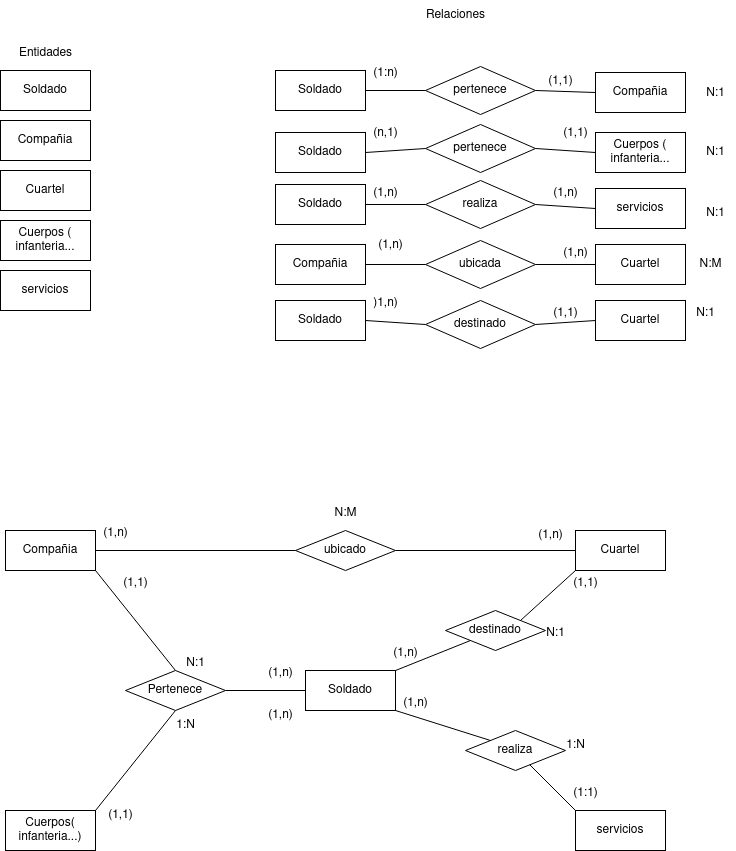
Before: Ejercicios/tarea2/Tarea2_E1.drawio.png, a diagram exported from draw.io (adogonz23/BAE). Source tidied: cells renumbered, new cells last; positions are measured from the earlier drawing's top-left corner, leaving out a move shared by most shapes.
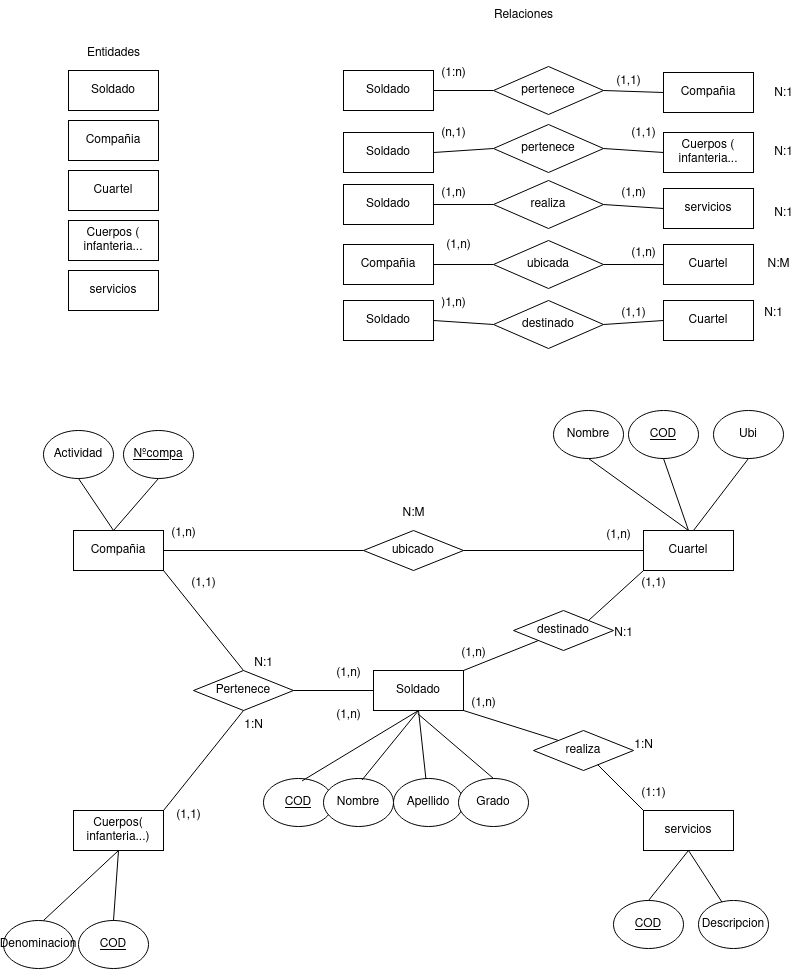
Later version of the same file.

Change to the diagram source:
```diff
@@ -242,5 +242,89 @@
     <mxCell id="81" value="N:1" style="text;html=1;align=center;verticalAlign=middle;strokeColor=none;fillColor=none;" parent="1" vertex="1">
       <mxGeometry x="535" y="618" width="40" height="30" as="geometry" />
     </mxCell>
+    <mxCell id="82" value="&lt;u&gt;COD&lt;/u&gt;" style="ellipse;whiteSpace=wrap;html=1;" parent="1" vertex="1">
+      <mxGeometry x="195" y="778" width="70" height="48" as="geometry" />
+    </mxCell>
+    <mxCell id="83" value="Nombre" style="ellipse;whiteSpace=wrap;html=1;" parent="1" vertex="1">
+      <mxGeometry x="255" y="778" width="70" height="48" as="geometry" />
+    </mxCell>
+    <mxCell id="84" value="Apellido" style="ellipse;whiteSpace=wrap;html=1;" parent="1" vertex="1">
+      <mxGeometry x="325" y="778" width="70" height="48" as="geometry" />
+    </mxCell>
+    <mxCell id="85" value="Grado" style="ellipse;whiteSpace=wrap;html=1;" parent="1" vertex="1">
+      <mxGeometry x="390" y="778" width="70" height="48" as="geometry" />
+    </mxCell>
+    <mxCell id="86" style="endArrow=none;html=1;rounded=0;entryX=0.5;entryY=1;entryDx=0;entryDy=0;exitX=0.551;exitY=0.05;exitDx=0;exitDy=0;exitPerimeter=0;" parent="1" edge="1" source="82" target="49">
+      <mxGeometry relative="1" as="geometry" />
+    </mxCell>
+    <mxCell id="87" style="endArrow=none;html=1;rounded=0;entryX=0.5;entryY=1;entryDx=0;entryDy=0;exitX=0.551;exitY=0.03;exitDx=0;exitDy=0;exitPerimeter=0;" parent="1" edge="1" source="83" target="49">
+      <mxGeometry relative="1" as="geometry" />
+    </mxCell>
+    <mxCell id="88" style="endArrow=none;html=1;rounded=0;entryX=0.5;entryY=1;entryDx=0;entryDy=0;" parent="1" edge="1" source="84" target="49">
+      <mxGeometry relative="1" as="geometry" />
+    </mxCell>
+    <mxCell id="89" style="endArrow=none;html=1;rounded=0;entryX=0.492;entryY=1.081;entryDx=0;entryDy=0;exitX=0.5;exitY=0;exitDx=0;exitDy=0;entryPerimeter=0;" parent="1" edge="1" source="85" target="49">
+      <mxGeometry relative="1" as="geometry" />
+    </mxCell>
+    <mxCell id="90" value="Denominacion" style="ellipse;whiteSpace=wrap;html=1;" parent="1" vertex="1">
+      <mxGeometry x="-65" y="920" width="70" height="48" as="geometry" />
+    </mxCell>
+    <mxCell id="91" value="&lt;u&gt;COD&lt;/u&gt;" style="ellipse;whiteSpace=wrap;html=1;" parent="1" vertex="1">
+      <mxGeometry x="10" y="920" width="70" height="48" as="geometry" />
+    </mxCell>
+    <mxCell id="92" style="endArrow=none;html=1;rounded=0;entryX=0.5;entryY=1;entryDx=0;entryDy=0;exitX=0.571;exitY=0;exitDx=0;exitDy=0;exitPerimeter=0;" parent="1" edge="1" source="90" target="50">
+      <mxGeometry relative="1" as="geometry" />
+    </mxCell>
+    <mxCell id="93" style="endArrow=none;html=1;rounded=0;exitX=0.5;exitY=0;exitDx=0;exitDy=0;entryX=0.5;entryY=1;entryDx=0;entryDy=0;" parent="1" edge="1" source="91" target="50">
+      <mxGeometry relative="1" as="geometry" />
+    </mxCell>
+    <mxCell id="94" value="Actividad" style="ellipse;whiteSpace=wrap;html=1;" parent="1" vertex="1">
+      <mxGeometry x="-25" y="430" width="70" height="48" as="geometry" />
+    </mxCell>
+    <mxCell id="95" value="&lt;u&gt;Nºcompa&lt;/u&gt;" style="ellipse;whiteSpace=wrap;html=1;" parent="1" vertex="1">
+      <mxGeometry x="55" y="430" width="70" height="48" as="geometry" />
+    </mxCell>
+    <mxCell id="96" style="endArrow=none;html=1;rounded=0;entryX=0.5;entryY=1;entryDx=0;entryDy=0;" parent="1" edge="1" target="94">
+      <mxGeometry relative="1" as="geometry">
+        <mxPoint x="45" y="530" as="sourcePoint" />
+      </mxGeometry>
+    </mxCell>
+    <mxCell id="97" style="endArrow=none;html=1;rounded=0;entryX=0.5;entryY=1;entryDx=0;entryDy=0;" parent="1" edge="1" target="95">
+      <mxGeometry relative="1" as="geometry">
+        <mxPoint x="45" y="530" as="sourcePoint" />
+      </mxGeometry>
+    </mxCell>
+    <mxCell id="98" value="Ubi" style="ellipse;whiteSpace=wrap;html=1;" parent="1" vertex="1">
+      <mxGeometry x="645" y="410" width="70" height="48" as="geometry" />
+    </mxCell>
+    <mxCell id="99" value="Nombre" style="ellipse;whiteSpace=wrap;html=1;" parent="1" vertex="1">
+      <mxGeometry x="485" y="410" width="70" height="48" as="geometry" />
+    </mxCell>
+    <mxCell id="100" value="&lt;u&gt;COD&lt;/u&gt;" style="ellipse;whiteSpace=wrap;html=1;" parent="1" vertex="1">
+      <mxGeometry x="560" y="410" width="70" height="48" as="geometry" />
+    </mxCell>
+    <mxCell id="101" style="endArrow=none;html=1;rounded=0;entryX=0.5;entryY=1;entryDx=0;entryDy=0;" parent="1" edge="1" target="98">
+      <mxGeometry relative="1" as="geometry">
+        <mxPoint x="625" y="530" as="sourcePoint" />
+      </mxGeometry>
+    </mxCell>
+    <mxCell id="102" style="endArrow=none;html=1;rounded=0;entryX=0.5;entryY=1;entryDx=0;entryDy=0;exitX=0.5;exitY=0;exitDx=0;exitDy=0;" parent="1" edge="1" source="51" target="100">
+      <mxGeometry relative="1" as="geometry" />
+    </mxCell>
+    <mxCell id="103" style="endArrow=none;html=1;rounded=0;entryX=0.5;entryY=1;entryDx=0;entryDy=0;exitX=0.5;exitY=0;exitDx=0;exitDy=0;" parent="1" edge="1" source="51" target="99">
+      <mxGeometry relative="1" as="geometry" />
+    </mxCell>
+    <mxCell id="104" value="&lt;u&gt;COD&lt;/u&gt;" style="ellipse;whiteSpace=wrap;html=1;" parent="1" vertex="1">
+      <mxGeometry x="545" y="900" width="70" height="48" as="geometry" />
+    </mxCell>
+    <mxCell id="105" value="Descripcion" style="ellipse;whiteSpace=wrap;html=1;" parent="1" vertex="1">
+      <mxGeometry x="630" y="900" width="70" height="48" as="geometry" />
+    </mxCell>
+    <mxCell id="106" style="endArrow=none;html=1;rounded=0;entryX=0.5;entryY=1;entryDx=0;entryDy=0;exitX=0.5;exitY=0;exitDx=0;exitDy=0;" parent="1" edge="1" source="104" target="53">
+      <mxGeometry relative="1" as="geometry" />
+    </mxCell>
+    <mxCell id="107" style="endArrow=none;html=1;rounded=0;entryX=0.5;entryY=1;entryDx=0;entryDy=0;exitX=0.335;exitY=0.033;exitDx=0;exitDy=0;exitPerimeter=0;" parent="1" edge="1" source="105" target="53">
+      <mxGeometry relative="1" as="geometry" />
+    </mxCell>
   </root>
 </mxGraphModel>
```
